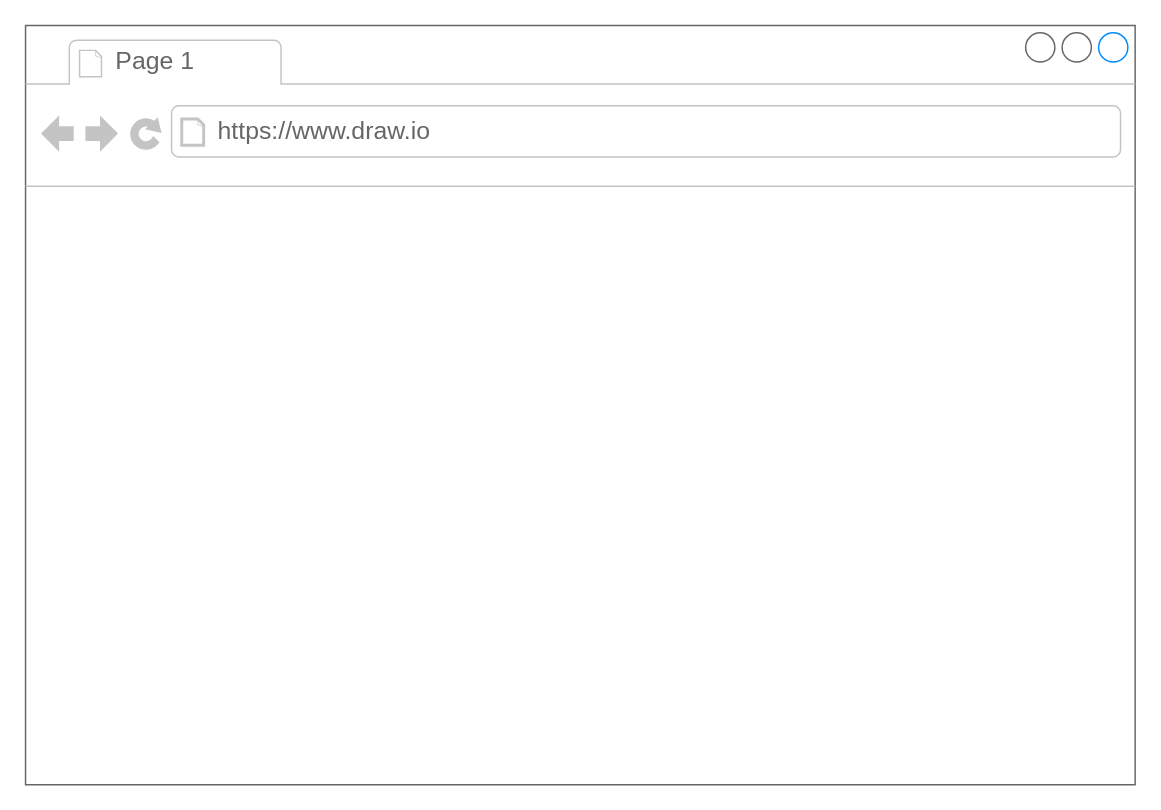
Earlier version of the draw.io diagram P4/userProfileVendor.drawio (josura/HCI). Source tidied: cells renumbered, new cells numbered last; positions are measured from the earlier drawing's top-left corner, leaving out a move shared by most shapes. Both pictures are drawn from the tidied source at 146%, with x=0, y=0 at pixel (25, 25).
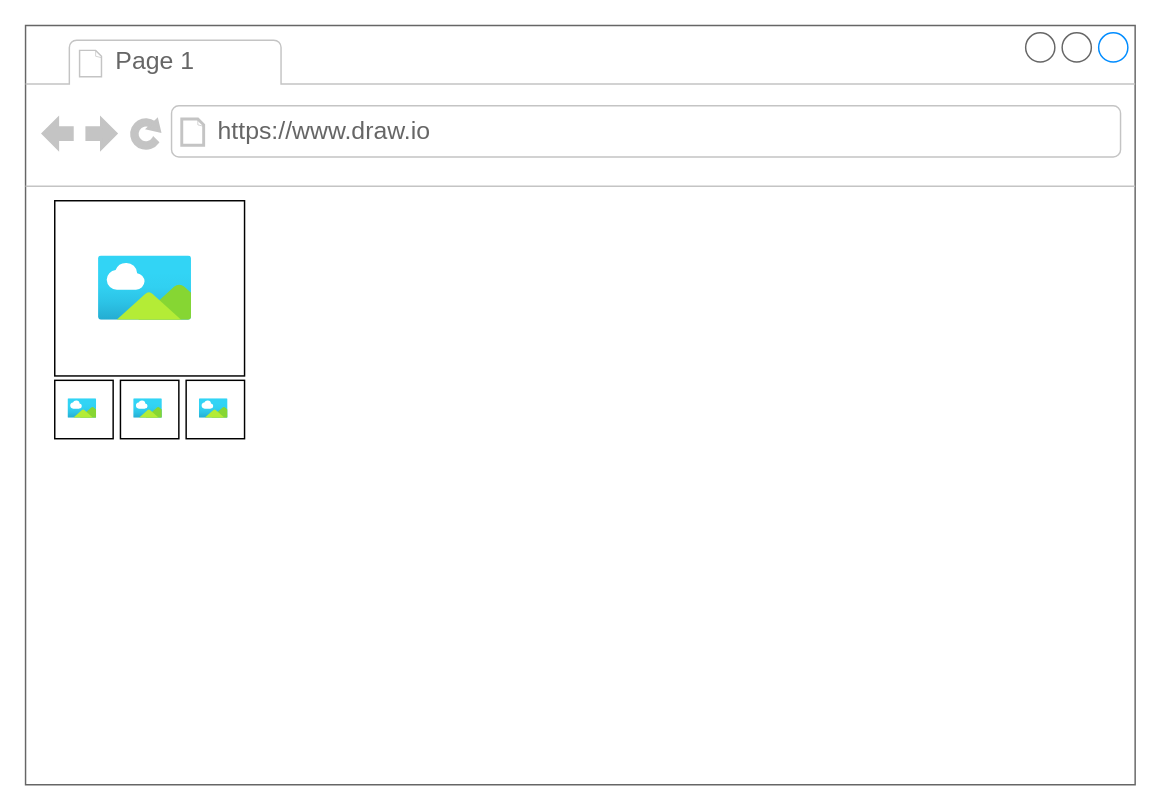
The same diagram, later.

Change to the diagram source:
```diff
@@
 <mxGraphModel>
   <root>
     <mxCell id="0" />
     <mxCell id="1" parent="0" />
     <mxCell id="2" style="strokeWidth=1;shadow=0;dashed=0;align=center;html=1;shape=mxgraph.mockup.containers.browserWindow;rSize=0;strokeColor=#666666;strokeColor2=#008cff;strokeColor3=#c4c4c4;mainText=,;" parent="1" vertex="1">
       <mxGeometry width="760" height="520" as="geometry" />
     </mxCell>
     <mxCell id="3" value="Page 1" style="strokeWidth=1;shadow=0;dashed=0;align=center;html=1;shape=mxgraph.mockup.containers.anchor;fontSize=17;fontColor=#666666;align=left;" parent="2" vertex="1">
       <mxGeometry x="60" y="12" width="110" height="26" as="geometry" />
     </mxCell>
     <mxCell id="4" value="https://www.draw.io" style="strokeWidth=1;shadow=0;dashed=0;align=center;html=1;shape=mxgraph.mockup.containers.anchor;rSize=0;fontSize=17;fontColor=#666666;align=left;" parent="2" vertex="1">
       <mxGeometry x="130" y="60" width="250" height="26" as="geometry" />
     </mxCell>
+    <mxCell id="5" style="rounded=0;whiteSpace=wrap;html=1;" parent="2" vertex="1">
+      <mxGeometry x="20" y="120" width="130" height="120" as="geometry" />
+    </mxCell>
+    <mxCell id="6" style="html=1;align=center;image;fontSize=12;image=img/lib/azure2/general/Image.svg;" parent="2" vertex="1">
+      <mxGeometry x="50" y="158" width="64" height="44" as="geometry" />
+    </mxCell>
+    <mxCell id="7" style="group;" parent="2" vertex="1">
+      <mxGeometry x="20" y="243" width="40" height="40" as="geometry" />
+    </mxCell>
+    <mxCell id="8" style="rounded=0;whiteSpace=wrap;html=1;" parent="7" vertex="1">
+      <mxGeometry width="40" height="40" as="geometry" />
+    </mxCell>
+    <mxCell id="9" style="html=1;align=center;image;fontSize=12;image=img/lib/azure2/general/Image.svg;" parent="7" vertex="1">
+      <mxGeometry x="9.2" y="12.7" width="19.7" height="13.5" as="geometry" />
+    </mxCell>
+    <mxCell id="10" style="group;" parent="2" vertex="1">
+      <mxGeometry x="65" y="243" width="40" height="40" as="geometry" />
+    </mxCell>
+    <mxCell id="11" style="rounded=0;whiteSpace=wrap;html=1;" parent="10" vertex="1">
+      <mxGeometry width="40" height="40" as="geometry" />
+    </mxCell>
+    <mxCell id="12" style="html=1;align=center;image;fontSize=12;image=img/lib/azure2/general/Image.svg;" parent="10" vertex="1">
+      <mxGeometry x="9.2" y="12.7" width="19.7" height="13.5" as="geometry" />
+    </mxCell>
+    <mxCell id="13" style="group;" parent="2" vertex="1">
+      <mxGeometry x="110" y="243" width="40" height="40" as="geometry" />
+    </mxCell>
+    <mxCell id="14" style="rounded=0;whiteSpace=wrap;html=1;" parent="13" vertex="1">
+      <mxGeometry width="40" height="40" as="geometry" />
+    </mxCell>
+    <mxCell id="15" style="html=1;align=center;image;fontSize=12;image=img/lib/azure2/general/Image.svg;" parent="13" vertex="1">
+      <mxGeometry x="9.2" y="12.7" width="19.7" height="13.5" as="geometry" />
+    </mxCell>
   </root>
 </mxGraphModel>
```
